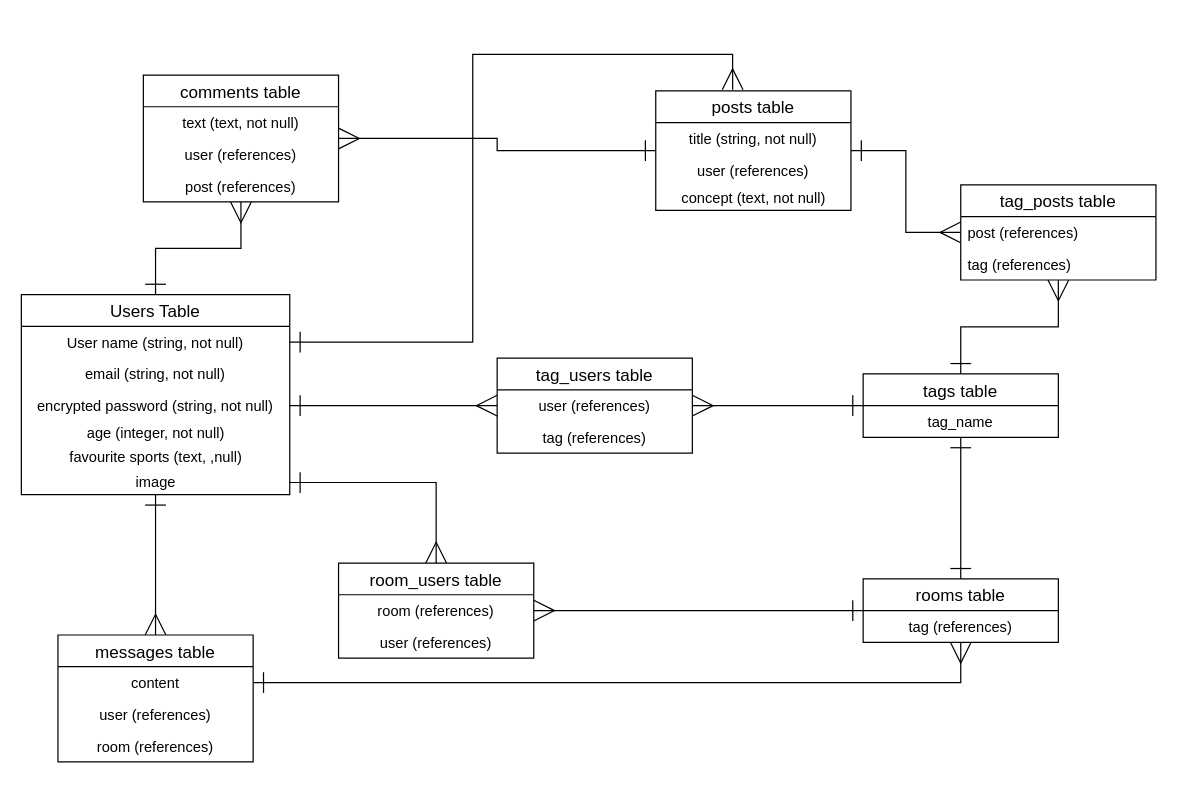
Above: sports.dio in lwhelmut/sports-junkies (draw.io), before the change. Source tidied: cells renumbered, new cells numbered last; positions are measured from the earlier drawing's top-left corner, leaving out a move shared by most shapes. Both pictures are drawn from the tidied source at 122%, with x=0, y=0 at pixel (21, 74).
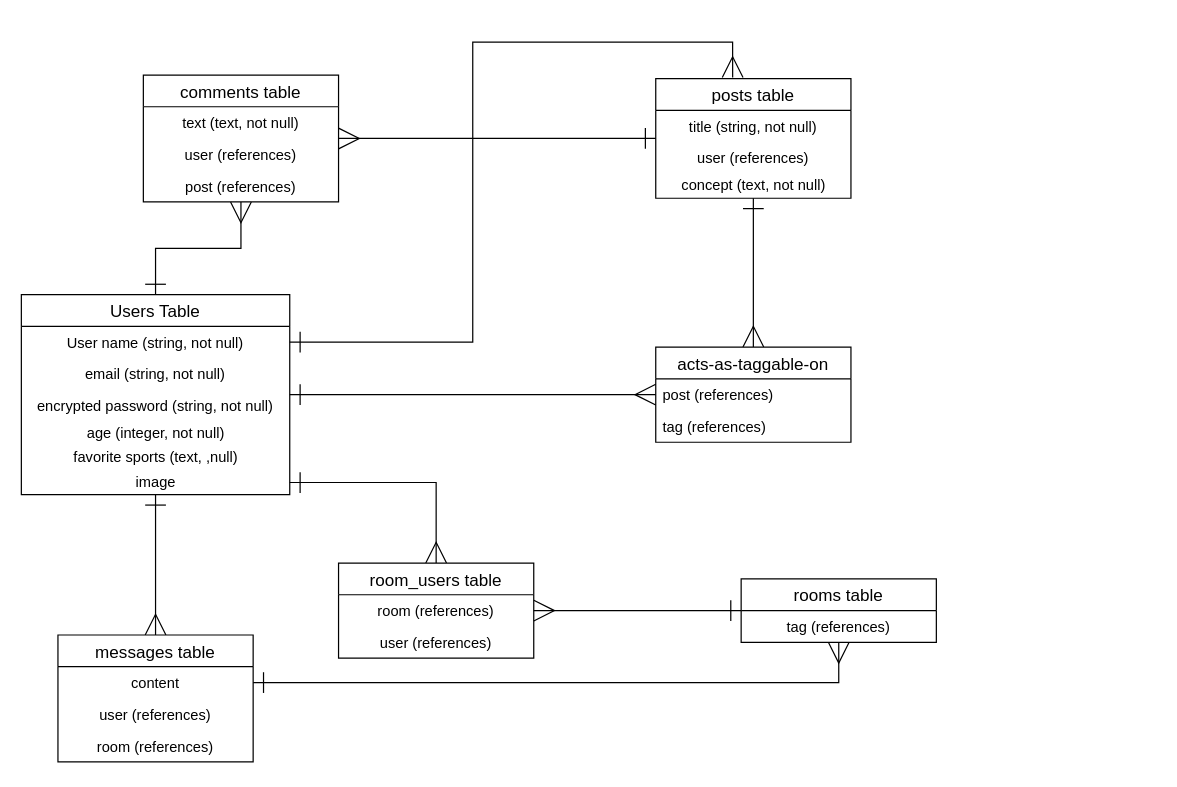
The same page after the edit.

Unchanged cells that the change refers to:
```xml
<mxCell id="10" value="Users Table" style="swimlane;fontStyle=0;horizontal=1;startSize=26;align=center;fontSize=14;" parent="1" vertex="1">
  <mxGeometry y="180" width="220" height="164" as="geometry" />
</mxCell>
<mxCell id="13" value="encrypted password (string, not null)" style="text;strokeColor=none;fillColor=none;spacingLeft=4;spacingRight=4;overflow=hidden;points=[[0,0.5],[1,0.5]];portConstraint=eastwest;fontSize=12;align=center;" parent="10" vertex="1">
  <mxGeometry y="78" width="220" height="26" as="geometry" />
</mxCell>
<mxCell id="23" value="content" style="text;strokeColor=none;fillColor=none;spacingLeft=4;spacingRight=4;overflow=hidden;points=[[0,0.5],[1,0.5]];portConstraint=eastwest;fontSize=12;align=center;" parent="22" vertex="1">
  <mxGeometry y="26" width="160" height="26" as="geometry" />
</mxCell>
<mxCell id="44" value="post (references)" style="text;strokeColor=none;fillColor=none;spacingLeft=4;spacingRight=4;overflow=hidden;points=[[0,0.5],[1,0.5]];portConstraint=eastwest;fontSize=12;" parent="43" vertex="1">
  <mxGeometry y="26" width="160" height="26" as="geometry" />
</mxCell>
```

What changed in the source:
```diff
@@
-    <mxCell id="15" value="favourite sports (text, ,null)" style="text;html=1;align=center;verticalAlign=middle;fillColor=none;strokeColor=none;rounded=0;" parent="10" vertex="1">
+    <mxCell id="15" value="favorite sports (text, ,null)" style="text;html=1;align=center;verticalAlign=middle;fillColor=none;strokeColor=none;rounded=0;" parent="10" vertex="1">
       <mxGeometry y="124" width="220" height="20" as="geometry" />
     </mxCell>
@@
-    <mxCell id="17" style="edgeStyle=orthogonalEdgeStyle;rounded=0;jettySize=auto;html=1;endArrow=ERmany;endFill=0;endSize=15;startArrow=ERone;startFill=0;startSize=15;" parent="1" edge="1" source="33" target="29">
-      <mxGeometry relative="1" as="geometry" />
-    </mxCell>
@@
-    <mxCell id="20" style="edgeStyle=orthogonalEdgeStyle;rounded=0;jettySize=auto;html=1;endArrow=ERmany;endFill=0;endSize=15;startSize=15;startArrow=ERone;startFill=0;" parent="1" edge="1" source="13" target="29">
-      <mxGeometry relative="1" as="geometry" />
-    </mxCell>
-    <mxCell id="21" style="edgeStyle=orthogonalEdgeStyle;rounded=0;jettySize=auto;html=1;entryX=0.5;entryY=0;entryDx=0;entryDy=0;startArrow=ERone;startFill=0;startSize=15;endArrow=ERone;endFill=0;endSize=15;" parent="1" edge="1" source="33" target="40">
-      <mxGeometry relative="1" as="geometry" />
-    </mxCell>
@@
-    <mxCell id="29" value="tag_users table" style="swimlane;fontStyle=0;horizontal=1;startSize=26;align=center;fontSize=14;" parent="1" vertex="1">
-      <mxGeometry x="390" y="232" width="160" height="78" as="geometry" />
-    </mxCell>
-    <mxCell id="30" value="user (references)" style="text;strokeColor=none;fillColor=none;spacingLeft=4;spacingRight=4;overflow=hidden;fontSize=12;align=center;" parent="29" vertex="1">
-      <mxGeometry y="26" width="160" height="26" as="geometry" />
-    </mxCell>
-    <mxCell id="31" value="tag (references)" style="text;strokeColor=none;fillColor=none;spacingLeft=4;spacingRight=4;overflow=hidden;fontSize=12;align=center;" parent="29" vertex="1">
-      <mxGeometry y="52" width="160" height="26" as="geometry" />
-    </mxCell>
-    <mxCell id="32" style="edgeStyle=orthogonalEdgeStyle;rounded=0;jettySize=auto;html=1;endSize=15;endArrow=ERmany;endFill=0;startSize=15;startArrow=ERone;startFill=0;" parent="1" edge="1" source="33" target="43">
-      <mxGeometry relative="1" as="geometry" />
-    </mxCell>
-    <mxCell id="33" value="tags table" style="swimlane;fontStyle=0;horizontal=1;startSize=26;align=center;fontSize=14;" parent="1" vertex="1">
-      <mxGeometry x="690" y="245" width="160" height="52" as="geometry" />
-    </mxCell>
-    <mxCell id="34" value="tag_name" style="text;strokeColor=none;fillColor=none;spacingLeft=4;spacingRight=4;overflow=hidden;fontSize=12;align=center;" parent="33" vertex="1">
-      <mxGeometry y="26" width="160" height="26" as="geometry" />
-    </mxCell>
+    <mxCell id="39" style="edgeStyle=orthogonalEdgeStyle;rounded=0;jettySize=auto;html=1;startArrow=ERone;startFill=0;startSize=15;endArrow=ERmany;endFill=0;endSize=15;" parent="1" edge="1" source="23" target="40">
+      <mxGeometry relative="1" as="geometry" />
+    </mxCell>
+    <mxCell id="42" style="edgeStyle=orthogonalEdgeStyle;rounded=0;jettySize=auto;html=1;startArrow=ERmany;startFill=0;startSize=15;endArrow=ERone;endFill=0;endSize=15;" parent="1" edge="1" source="43" target="35">
+      <mxGeometry relative="1" as="geometry" />
+    </mxCell>
     <mxCell id="35" value="posts table" style="swimlane;fontStyle=0;horizontal=1;startSize=26;align=center;fontSize=14;" parent="1" vertex="1">
-      <mxGeometry x="520" y="13" width="160" height="98" as="geometry" />
+      <mxGeometry x="520" y="3" width="160" height="98" as="geometry" />
     </mxCell>
@@
-    <mxCell id="39" style="edgeStyle=orthogonalEdgeStyle;rounded=0;jettySize=auto;html=1;startArrow=ERone;startFill=0;startSize=15;endArrow=ERmany;endFill=0;endSize=15;" parent="1" edge="1" source="23" target="40">
-      <mxGeometry relative="1" as="geometry" />
-    </mxCell>
     <mxCell id="40" value="rooms table" style="swimlane;fontStyle=0;horizontal=1;startSize=26;align=center;fontSize=14;" parent="1" vertex="1">
-      <mxGeometry x="690" y="413" width="160" height="52" as="geometry" />
+      <mxGeometry x="590" y="413" width="160" height="52" as="geometry" />
     </mxCell>
@@
-    <mxCell id="42" style="edgeStyle=orthogonalEdgeStyle;rounded=0;jettySize=auto;html=1;startArrow=ERmany;startFill=0;startSize=15;endArrow=ERone;endFill=0;endSize=15;" parent="1" edge="1" source="43" target="35">
-      <mxGeometry relative="1" as="geometry" />
-    </mxCell>
-    <mxCell id="43" value="tag_posts table" style="swimlane;fontStyle=0;horizontal=1;startSize=26;align=center;fontSize=14;" parent="1" vertex="1">
-      <mxGeometry x="770" y="90" width="160" height="78" as="geometry" />
+    <mxCell id="43" value="acts-as-taggable-on" style="swimlane;fontStyle=0;horizontal=1;startSize=26;align=center;fontSize=14;" parent="1" vertex="1">
+      <mxGeometry x="520" y="223" width="160" height="78" as="geometry" />
     </mxCell>
@@
+    <mxCell id="46" style="edgeStyle=orthogonalEdgeStyle;rounded=0;jettySize=auto;html=1;endArrow=ERone;endFill=0;startArrow=ERmany;startFill=0;endSize=15;startSize=15;" parent="1" edge="1" source="44" target="10">
+      <mxGeometry relative="1" as="geometry" />
+    </mxCell>
```
